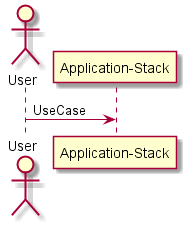
Before: docs/Solution/Application-Stack/UserInteraction.png, a diagram exported from PlantUML (CAADE/fleet).
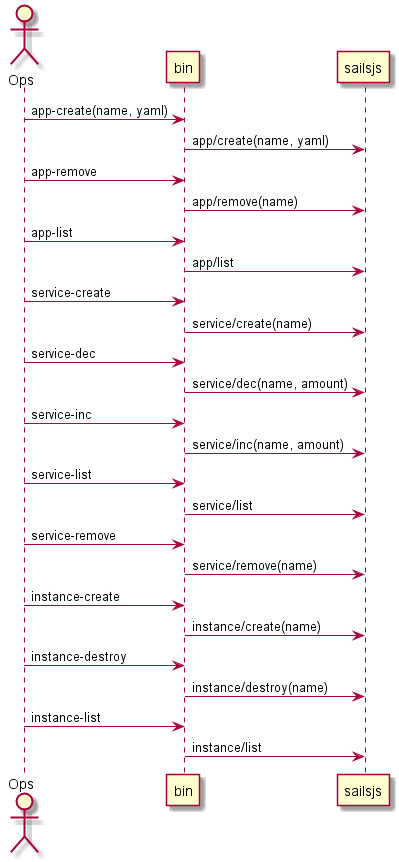
The same diagram one commit later.

Commit message:
Document Application Stack

The edit, as a diff of the source:
```diff
@@ -1,6 +1,27 @@
 @startuml
-actor User
+actor Ops
 
-User -> "Application-Stack": UseCase
+Ops -> bin: app-create(name, yaml)
+bin -> sailsjs : app/create(name, yaml)
+Ops -> bin: app-remove
+bin -> sailsjs : app/remove(name)
+Ops -> bin: app-list
+bin -> sailsjs : app/list
+Ops -> bin: service-create
+bin -> sailsjs : service/create(name)
+Ops -> bin: service-dec
+bin -> sailsjs : service/dec(name, amount)
+Ops -> bin: service-inc
+bin -> sailsjs : service/inc(name, amount)
+Ops -> bin: service-list
+bin -> sailsjs : service/list
+Ops -> bin: service-remove
+bin -> sailsjs : service/remove(name)
+Ops -> bin: instance-create
+bin -> sailsjs : instance/create(name)
+Ops -> bin: instance-destroy
+bin -> sailsjs : instance/destroy(name)
+Ops -> bin: instance-list
+bin -> sailsjs : instance/list
 
 @enduml
```
